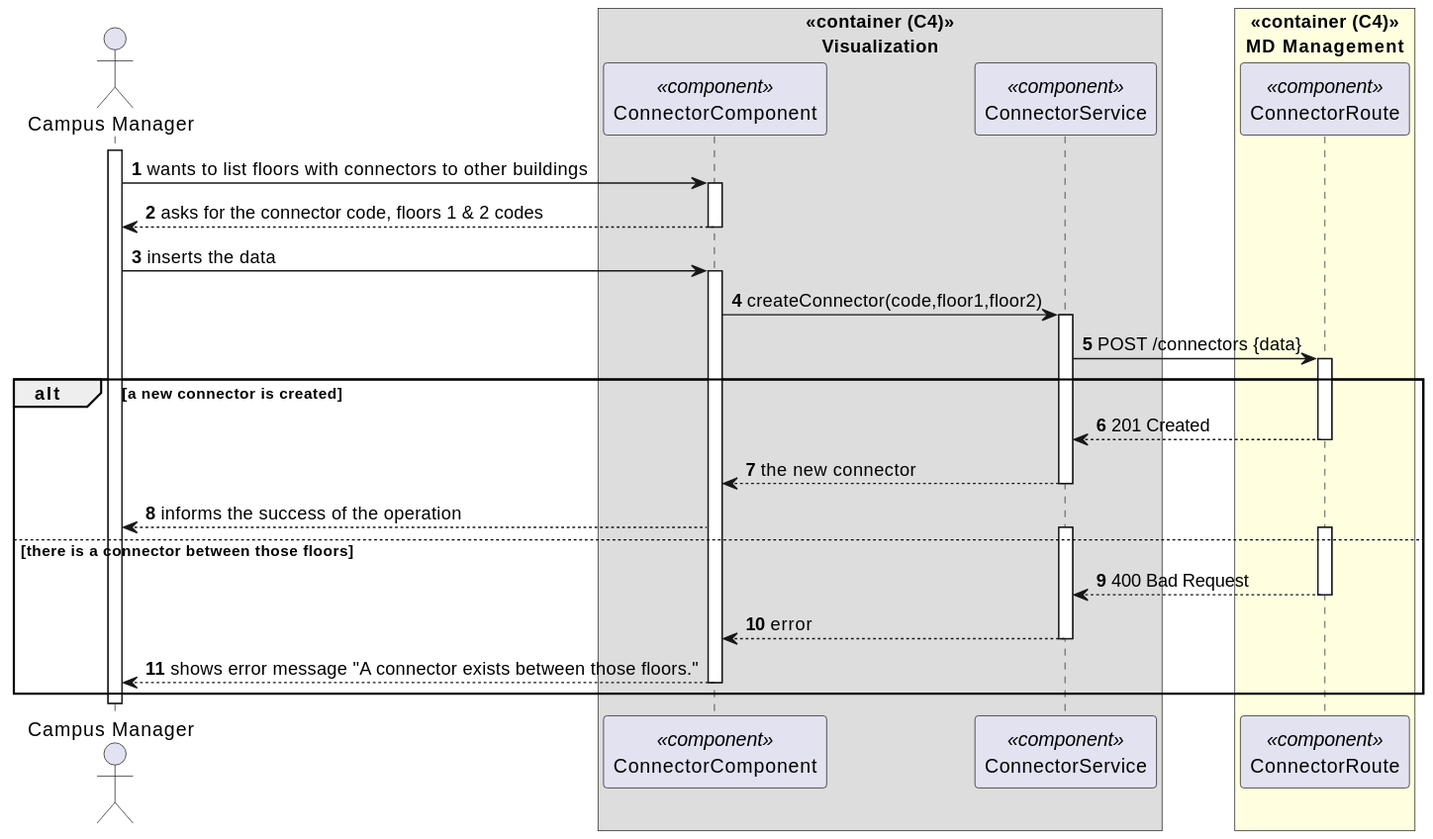
miseEnPlace-dev/lapr5 keeps this PlantUML diagram as _wiki/sprint-b/us33-1170/views/level-3/assets/process-view.svg. Above is the earlier version. Its diagram source:
```plantuml
@startuml process-view
autonumber
skinparam DefaultTextAlignment<<center>> center

actor CM as "Campus Manager"

box "«container (C4)»\nVisualization" <<center>>
  participant C as "ConnectorComponent" <<component>>
  participant SVC as "ConnectorService" <<component>>
end box

box "«container (C4)»\n MD Management " <<center>>#LightYellow
  participant ROUTE as "ConnectorRoute" <<component>>
end box

activate CM

CM -> C : wants to list floors with connectors to other buildings
activate C

CM <-- C : asks for the connector code, floors 1 & 2 codes
deactivate C

CM -> C : inserts the data
activate C

C -> SVC : createConnector(code,floor1,floor2)
activate SVC

SVC -> ROUTE : POST /connectors {data}
activate ROUTE

alt a new connector is created
  SVC <-- ROUTE : 201 Created
  deactivate ROUTE

  C <-- SVC : the new connector
  deactivate SVC

  CM <-- C : informs the success of the operation
else there is a connector between those floors
  activate SVC
  activate ROUTE

  SVC <-- ROUTE : 400 Bad Request
  deactivate ROUTE

  C <-- SVC : error
  deactivate SVC

  CM <-- C : shows error message "A connector exists between those floors."
  deactivate C
end

deactivate CM

@enduml
```
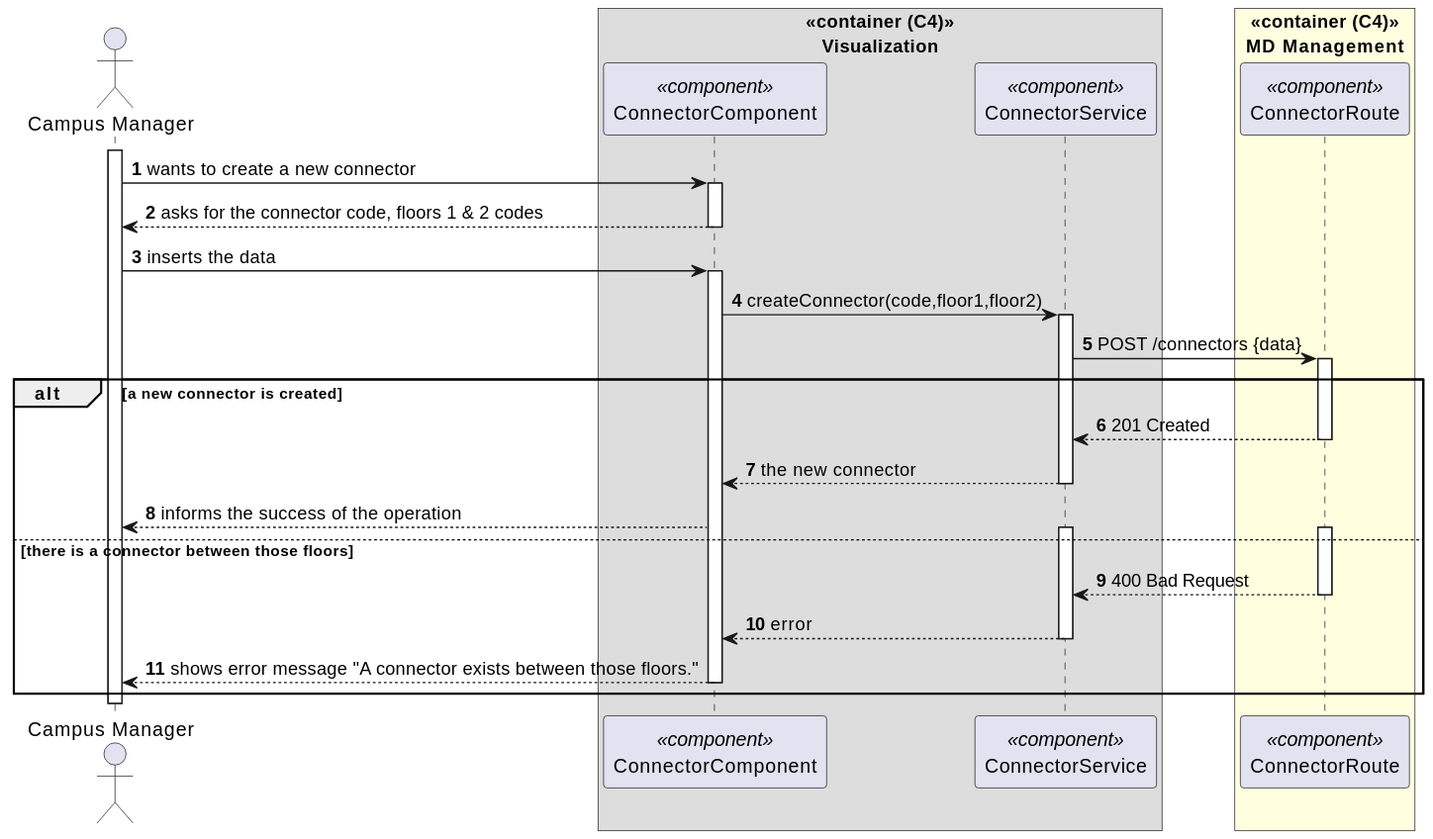
Later version of the same file.

Commit message:
docs(us1170): fixed level 3 process view error

Change to the diagram source:
```diff
@@ -15,7 +15,7 @@
 
 activate CM
 
-CM -> C : wants to list floors with connectors to other buildings
+CM -> C : wants to create a new connector
 activate C
 
 CM <-- C : asks for the connector code, floors 1 & 2 codes
```
